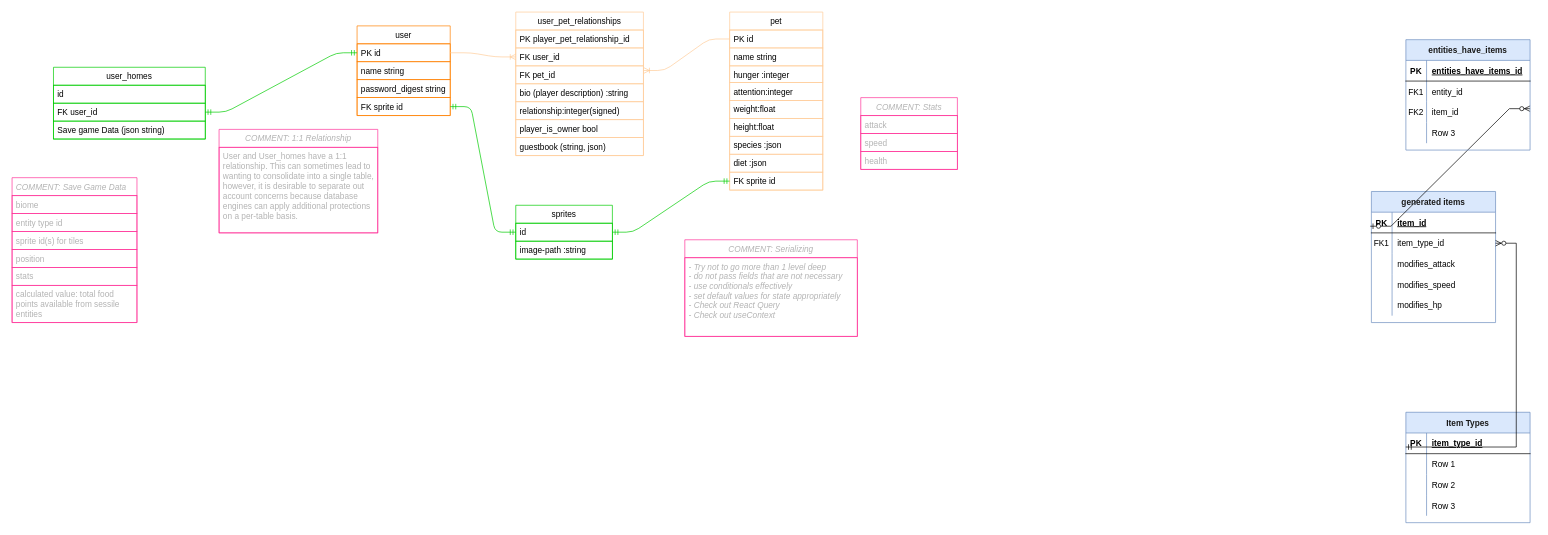
Earlier version of the draw.io diagram page "Database (PostgreSQL + Rails)" (1 of 4) of project-management/phase-5-erd.drawio (Rainbow-Collective/petsite). Source tidied: cells renumbered, new cells numbered last; positions are measured from the earlier drawing's top-left corner, leaving out a move shared by most shapes. Both pictures are drawn from the tidied source at 69%, with x=0, y=0 at pixel (12, 12).
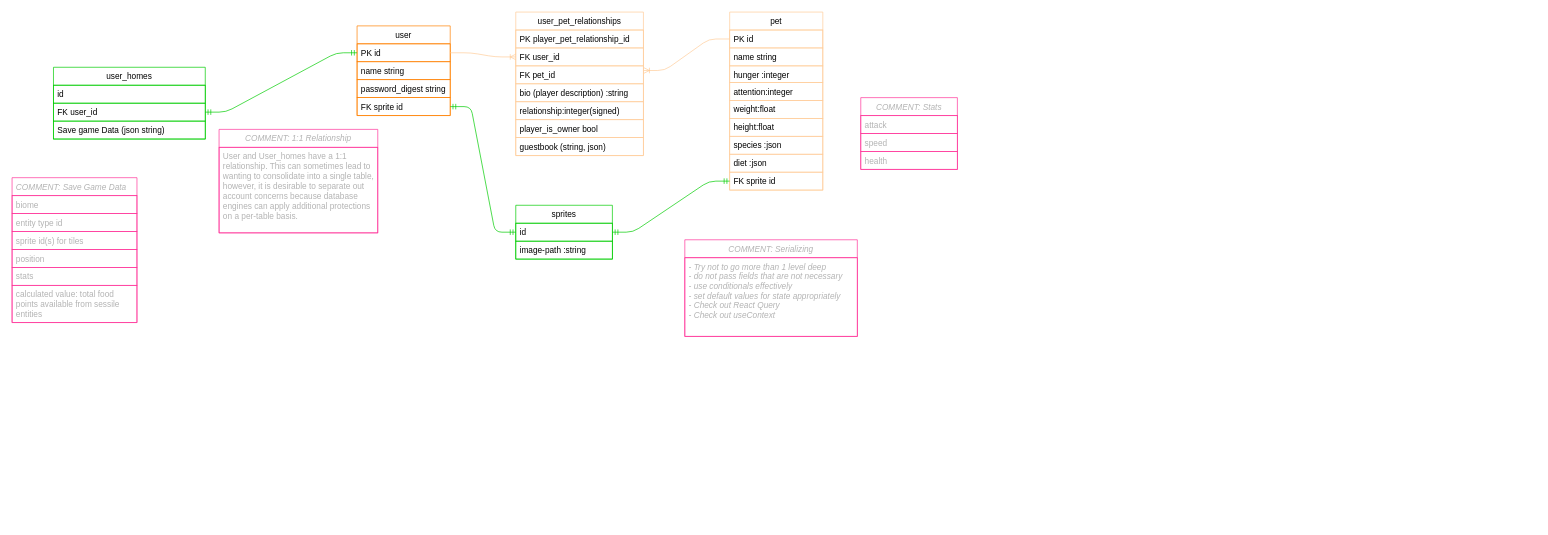
The same page after the edit.

Diff of the diagram source:
```diff
@@
-    <mxCell id="25" value="Item Types" style="shape=table;startSize=30;childLayout=tableLayout;rowLines=0;fontStyle=1;align=center;fillColor=#dae8fc;strokeColor=#6c8ebf;fontColor=#1A1A1A;" parent="1" vertex="1">
-      <mxGeometry x="2020" y="580" width="180" height="160" as="geometry" />
-    </mxCell>
-    <mxCell id="26" style="shape=tableRow;horizontal=0;startSize=0;swimlaneHead=0;swimlaneBody=0;fillColor=none;points=[[0,0.5],[1,0.5]];portConstraint=eastwest;top=0;left=0;right=0;bottom=1;" parent="25" vertex="1">
-      <mxGeometry y="30" width="180" height="30" as="geometry" />
-    </mxCell>
-    <mxCell id="27" value="PK" style="shape=partialRectangle;fillColor=none;top=0;left=0;bottom=0;right=0;fontStyle=1;overflow=hidden;" parent="26" vertex="1">
-      <mxGeometry width="30" height="30" as="geometry" />
-    </mxCell>
-    <mxCell id="28" value="item_type_id" style="shape=partialRectangle;fillColor=none;top=0;left=0;bottom=0;right=0;align=left;spacingLeft=6;fontStyle=5;overflow=hidden;" parent="26" vertex="1">
-      <mxGeometry x="30" width="150" height="30" as="geometry" />
-    </mxCell>
-    <mxCell id="29" style="shape=tableRow;horizontal=0;startSize=0;swimlaneHead=0;swimlaneBody=0;fillColor=none;top=0;left=0;right=0;bottom=0;" parent="25" vertex="1">
-      <mxGeometry y="60" width="180" height="30" as="geometry" />
-    </mxCell>
-    <mxCell id="30" style="shape=partialRectangle;fillColor=none;top=0;left=0;bottom=0;right=0;overflow=hidden;" parent="29" vertex="1">
-      <mxGeometry width="30" height="30" as="geometry" />
-    </mxCell>
-    <mxCell id="31" value="Row 1" style="shape=partialRectangle;fillColor=none;top=0;left=0;bottom=0;right=0;align=left;spacingLeft=6;overflow=hidden;" parent="29" vertex="1">
-      <mxGeometry x="30" width="150" height="30" as="geometry" />
-    </mxCell>
-    <mxCell id="32" style="shape=tableRow;horizontal=0;startSize=0;swimlaneHead=0;swimlaneBody=0;fillColor=none;top=0;left=0;right=0;bottom=0;" parent="25" vertex="1">
-      <mxGeometry y="90" width="180" height="30" as="geometry" />
-    </mxCell>
-    <mxCell id="33" style="shape=partialRectangle;fillColor=none;top=0;left=0;bottom=0;right=0;overflow=hidden;" parent="32" vertex="1">
-      <mxGeometry width="30" height="30" as="geometry" />
-    </mxCell>
-    <mxCell id="34" value="Row 2" style="shape=partialRectangle;fillColor=none;top=0;left=0;bottom=0;right=0;align=left;spacingLeft=6;overflow=hidden;" parent="32" vertex="1">
-      <mxGeometry x="30" width="150" height="30" as="geometry" />
-    </mxCell>
-    <mxCell id="35" style="shape=tableRow;horizontal=0;startSize=0;swimlaneHead=0;swimlaneBody=0;fillColor=none;top=0;left=0;right=0;bottom=0;" parent="25" vertex="1">
-      <mxGeometry y="120" width="180" height="30" as="geometry" />
-    </mxCell>
-    <mxCell id="36" style="shape=partialRectangle;fillColor=none;top=0;left=0;bottom=0;right=0;overflow=hidden;" parent="35" vertex="1">
-      <mxGeometry width="30" height="30" as="geometry" />
-    </mxCell>
-    <mxCell id="37" value="Row 3" style="shape=partialRectangle;fillColor=none;top=0;left=0;bottom=0;right=0;align=left;spacingLeft=6;overflow=hidden;" parent="35" vertex="1">
-      <mxGeometry x="30" width="150" height="30" as="geometry" />
-    </mxCell>
-    <mxCell id="38" value="generated items" style="shape=table;startSize=30;childLayout=tableLayout;rowLines=0;fontStyle=1;align=center;fillColor=#dae8fc;strokeColor=#6c8ebf;fontColor=#1A1A1A;" parent="1" vertex="1">
-      <mxGeometry x="1970" y="260" width="180" height="190" as="geometry" />
-    </mxCell>
-    <mxCell id="39" style="shape=tableRow;horizontal=0;startSize=0;swimlaneHead=0;swimlaneBody=0;fillColor=none;points=[[0,0.5],[1,0.5]];portConstraint=eastwest;top=0;left=0;right=0;bottom=1;" parent="38" vertex="1">
-      <mxGeometry y="30" width="180" height="30" as="geometry" />
-    </mxCell>
-    <mxCell id="40" value="PK" style="shape=partialRectangle;fillColor=none;top=0;left=0;bottom=0;right=0;fontStyle=1;overflow=hidden;" parent="39" vertex="1">
-      <mxGeometry width="30" height="30" as="geometry" />
-    </mxCell>
-    <mxCell id="41" value="item_id" style="shape=partialRectangle;fillColor=none;top=0;left=0;bottom=0;right=0;align=left;spacingLeft=6;fontStyle=5;overflow=hidden;" parent="39" vertex="1">
-      <mxGeometry x="30" width="150" height="30" as="geometry" />
-    </mxCell>
-    <mxCell id="42" style="shape=tableRow;horizontal=0;startSize=0;swimlaneHead=0;swimlaneBody=0;fillColor=none;points=[[0,0.5],[1,0.5]];portConstraint=eastwest;top=0;left=0;right=0;bottom=0;" parent="38" vertex="1">
-      <mxGeometry y="60" width="180" height="30" as="geometry" />
-    </mxCell>
-    <mxCell id="43" value="FK1" style="shape=partialRectangle;fillColor=none;top=0;left=0;bottom=0;right=0;overflow=hidden;" parent="42" vertex="1">
-      <mxGeometry width="30" height="30" as="geometry" />
-    </mxCell>
-    <mxCell id="44" value="item_type_id" style="shape=partialRectangle;fillColor=none;top=0;left=0;bottom=0;right=0;align=left;spacingLeft=6;overflow=hidden;" parent="42" vertex="1">
-      <mxGeometry x="30" width="150" height="30" as="geometry" />
-    </mxCell>
-    <mxCell id="45" style="shape=tableRow;horizontal=0;startSize=0;swimlaneHead=0;swimlaneBody=0;fillColor=none;top=0;left=0;right=0;bottom=0;" parent="38" vertex="1">
-      <mxGeometry y="90" width="180" height="30" as="geometry" />
-    </mxCell>
-    <mxCell id="46" style="shape=partialRectangle;fillColor=none;top=0;left=0;bottom=0;right=0;overflow=hidden;" parent="45" vertex="1">
-      <mxGeometry width="30" height="30" as="geometry" />
-    </mxCell>
-    <mxCell id="47" value="modifies_attack" style="shape=partialRectangle;fillColor=none;top=0;left=0;bottom=0;right=0;align=left;spacingLeft=6;overflow=hidden;" parent="45" vertex="1">
-      <mxGeometry x="30" width="150" height="30" as="geometry" />
-    </mxCell>
-    <mxCell id="48" style="shape=tableRow;horizontal=0;startSize=0;swimlaneHead=0;swimlaneBody=0;fillColor=none;top=0;left=0;right=0;bottom=0;" parent="38" vertex="1">
-      <mxGeometry y="120" width="180" height="30" as="geometry" />
-    </mxCell>
-    <mxCell id="49" style="shape=partialRectangle;fillColor=none;top=0;left=0;bottom=0;right=0;overflow=hidden;" parent="48" vertex="1">
-      <mxGeometry width="30" height="30" as="geometry" />
-    </mxCell>
-    <mxCell id="50" value="modifies_speed" style="shape=partialRectangle;fillColor=none;top=0;left=0;bottom=0;right=0;align=left;spacingLeft=6;overflow=hidden;" parent="48" vertex="1">
-      <mxGeometry x="30" width="150" height="30" as="geometry" />
-    </mxCell>
-    <mxCell id="51" style="shape=tableRow;horizontal=0;startSize=0;swimlaneHead=0;swimlaneBody=0;fillColor=none;top=0;left=0;right=0;bottom=0;" parent="38" vertex="1">
-      <mxGeometry y="150" width="180" height="30" as="geometry" />
-    </mxCell>
-    <mxCell id="52" style="shape=partialRectangle;fillColor=none;top=0;left=0;bottom=0;right=0;overflow=hidden;" parent="51" vertex="1">
-      <mxGeometry width="30" height="30" as="geometry" />
-    </mxCell>
-    <mxCell id="53" value="modifies_hp" style="shape=partialRectangle;fillColor=none;top=0;left=0;bottom=0;right=0;align=left;spacingLeft=6;overflow=hidden;" parent="51" vertex="1">
-      <mxGeometry x="30" width="150" height="30" as="geometry" />
-    </mxCell>
-    <mxCell id="54" style="edgeStyle=entityRelationEdgeStyle;fontSize=12;html=1;endArrow=ERzeroToMany;startArrow=ERmandOne;rounded=0;exitX=-0.001;exitY=0.679;exitDx=0;exitDy=0;exitPerimeter=0;" parent="1" edge="1" source="26" target="42">
-      <mxGeometry relative="1" as="geometry" />
-    </mxCell>
-    <mxCell id="55" style="edgeStyle=entityRelationEdgeStyle;fontSize=12;html=1;endArrow=ERzeroToMany;startArrow=ERzeroToOne;rounded=0;exitX=-0.009;exitY=0.679;exitDx=0;exitDy=0;exitPerimeter=0;entryX=1;entryY=0.333;entryDx=0;entryDy=0;entryPerimeter=0;" parent="1" edge="1" source="39" target="63">
-      <mxGeometry relative="1" as="geometry" />
-    </mxCell>
-    <mxCell id="56" value="entities_have_items" style="shape=table;startSize=30;childLayout=tableLayout;rowLines=0;fontStyle=1;align=center;fillColor=#dae8fc;strokeColor=#6c8ebf;fontColor=#1A1A1A;" parent="1" vertex="1">
-      <mxGeometry x="2020" y="40" width="180" height="160" as="geometry" />
-    </mxCell>
-    <mxCell id="57" style="shape=tableRow;horizontal=0;startSize=0;swimlaneHead=0;swimlaneBody=0;fillColor=none;top=0;left=0;right=0;bottom=1;" parent="56" vertex="1">
-      <mxGeometry y="30" width="180" height="30" as="geometry" />
-    </mxCell>
-    <mxCell id="58" value="PK" style="shape=partialRectangle;fillColor=none;top=0;left=0;bottom=0;right=0;fontStyle=1;overflow=hidden;" parent="57" vertex="1">
-      <mxGeometry width="30" height="30" as="geometry" />
-    </mxCell>
-    <mxCell id="59" value="entities_have_items_id" style="shape=partialRectangle;fillColor=none;top=0;left=0;bottom=0;right=0;align=left;spacingLeft=6;fontStyle=5;overflow=hidden;" parent="57" vertex="1">
-      <mxGeometry x="30" width="150" height="30" as="geometry" />
-    </mxCell>
-    <mxCell id="60" style="shape=tableRow;horizontal=0;startSize=0;swimlaneHead=0;swimlaneBody=0;fillColor=none;top=0;left=0;right=0;bottom=0;" parent="56" vertex="1">
-      <mxGeometry y="60" width="180" height="30" as="geometry" />
-    </mxCell>
-    <mxCell id="61" value="FK1" style="shape=partialRectangle;fillColor=none;top=0;left=0;bottom=0;right=0;overflow=hidden;" parent="60" vertex="1">
-      <mxGeometry width="30" height="30" as="geometry" />
-    </mxCell>
-    <mxCell id="62" value="entity_id" style="shape=partialRectangle;fillColor=none;top=0;left=0;bottom=0;right=0;align=left;spacingLeft=6;overflow=hidden;" parent="60" vertex="1">
-      <mxGeometry x="30" width="150" height="30" as="geometry" />
-    </mxCell>
-    <mxCell id="63" style="shape=tableRow;horizontal=0;startSize=0;swimlaneHead=0;swimlaneBody=0;fillColor=none;points=[[0,0.5],[1,0.5]];portConstraint=eastwest;top=0;left=0;right=0;bottom=0;" parent="56" vertex="1">
-      <mxGeometry y="90" width="180" height="30" as="geometry" />
-    </mxCell>
-    <mxCell id="64" value="FK2" style="shape=partialRectangle;fillColor=none;top=0;left=0;bottom=0;right=0;overflow=hidden;" parent="63" vertex="1">
-      <mxGeometry width="30" height="30" as="geometry" />
-    </mxCell>
-    <mxCell id="65" value="item_id" style="shape=partialRectangle;fillColor=none;top=0;left=0;bottom=0;right=0;align=left;spacingLeft=6;overflow=hidden;" parent="63" vertex="1">
-      <mxGeometry x="30" width="150" height="30" as="geometry" />
-    </mxCell>
-    <mxCell id="66" style="shape=tableRow;horizontal=0;startSize=0;swimlaneHead=0;swimlaneBody=0;fillColor=none;top=0;left=0;right=0;bottom=0;" parent="56" vertex="1">
-      <mxGeometry y="120" width="180" height="30" as="geometry" />
-    </mxCell>
-    <mxCell id="67" style="shape=partialRectangle;fillColor=none;top=0;left=0;bottom=0;right=0;overflow=hidden;" parent="66" vertex="1">
-      <mxGeometry width="30" height="30" as="geometry" />
-    </mxCell>
-    <mxCell id="68" value="Row 3" style="shape=partialRectangle;fillColor=none;top=0;left=0;bottom=0;right=0;align=left;spacingLeft=6;overflow=hidden;" parent="66" vertex="1">
-      <mxGeometry x="30" width="150" height="30" as="geometry" />
-    </mxCell>
```
